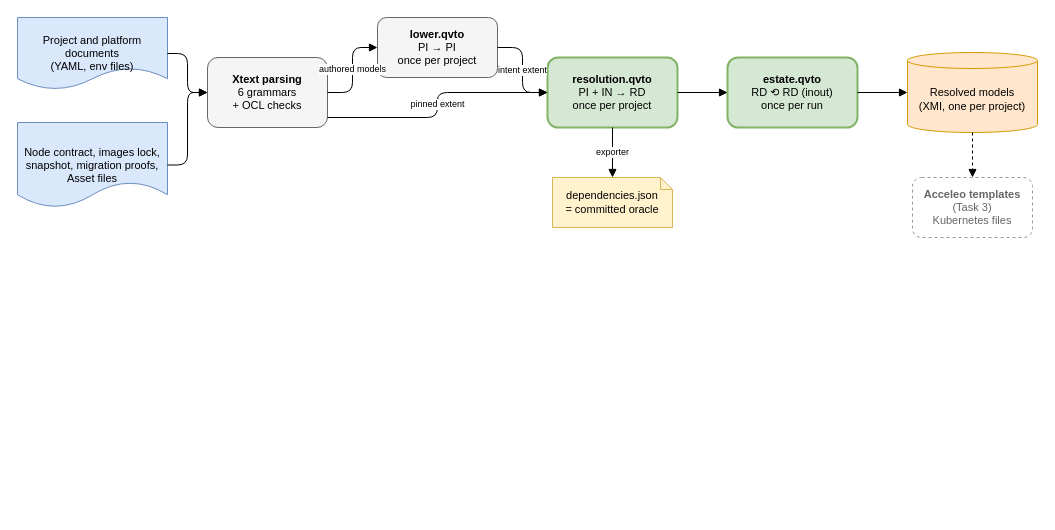
The draw.io diagram docs/mde/task-2-transformations/Figures/pipeline.drawio in JorisJonkers-dev/deploy-kit, before the edit. Source tidied: cells renumbered, new cells numbered last; positions are measured from the earlier drawing's top-left corner, leaving out a move shared by most shapes. Both pictures are drawn from the tidied source at 100%, with x=0, y=0 at pixel (17, 17).
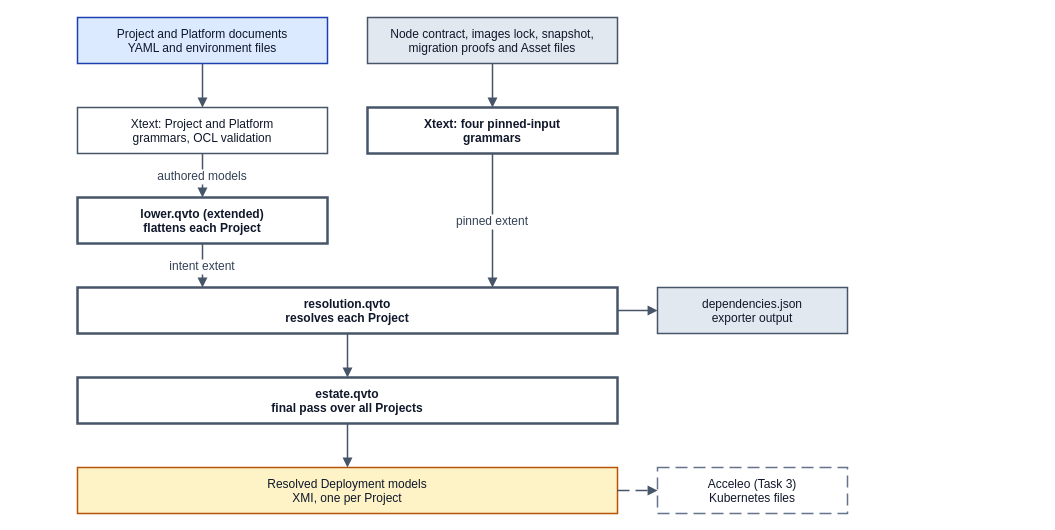
After the change.

The edit, as a diff of the source:
```diff
@@
-    <mxCell id="2" value="Project and platform documents&lt;br&gt;(YAML, env files)" style="shape=document;whiteSpace=wrap;html=1;fillColor=#dae8fc;strokeColor=#6c8ebf;fontSize=11;" parent="1" vertex="1">
-      <mxGeometry width="150" height="72" as="geometry" />
+    <mxCell id="2" value="Project and Platform documents&#10;YAML and environment files" style="rounded=0;whiteSpace=nowrap;html=0;align=center;verticalAlign=middle;fillColor=#dbeafe;strokeColor=#1e40af;strokeWidth=1.5;fontFamily=Helvetica;fontSize=12;fontColor=#0f172a;" parent="1" vertex="1">
+      <mxGeometry x="60" width="250" height="46" as="geometry" />
     </mxCell>
-    <mxCell id="3" value="Node contract, images lock,&lt;br&gt;snapshot, migration proofs,&lt;br&gt;Asset files" style="shape=document;whiteSpace=wrap;html=1;fillColor=#dae8fc;strokeColor=#6c8ebf;fontSize=11;" parent="1" vertex="1">
-      <mxGeometry y="105" width="150" height="85" as="geometry" />
+    <mxCell id="3" value="Node contract, images lock, snapshot,&#10;migration proofs and Asset files" style="rounded=0;whiteSpace=nowrap;html=0;align=center;verticalAlign=middle;fillColor=#e2e8f0;strokeColor=#475569;strokeWidth=1.5;fontFamily=Helvetica;fontSize=12;fontColor=#0f172a;" parent="1" vertex="1">
+      <mxGeometry x="350" width="250" height="46" as="geometry" />
     </mxCell>
-    <mxCell id="4" value="&lt;b&gt;Xtext parsing&lt;/b&gt;&lt;br&gt;6 grammars&lt;br&gt;+ OCL checks" style="rounded=1;whiteSpace=wrap;html=1;fillColor=#f5f5f5;strokeColor=#666666;fontSize=11;" parent="1" vertex="1">
-      <mxGeometry x="190" y="40" width="120" height="70" as="geometry" />
-    </mxCell>
+    <mxCell id="20" value="Xtext: Project and Platform&#10;grammars, OCL validation" style="rounded=0;whiteSpace=nowrap;html=0;align=center;verticalAlign=middle;fillColor=#ffffff;strokeColor=#475569;strokeWidth=1.5;fontFamily=Helvetica;fontSize=12;fontColor=#0f172a;" parent="1" vertex="1">
+      <mxGeometry x="60" y="90" width="250" height="46" as="geometry" />
+    </mxCell>
+    <mxCell id="21" value="Xtext: four pinned-input&#10;grammars" style="rounded=0;whiteSpace=nowrap;html=0;align=center;verticalAlign=middle;fillColor=#ffffff;strokeColor=#475569;strokeWidth=1.5;fontFamily=Helvetica;fontSize=12;fontColor=#0f172a;fontStyle=1;strokeWidth=2.5;" parent="1" vertex="1">
+      <mxGeometry x="350" y="90" width="250" height="46" as="geometry" />
+    </mxCell>
-    <mxCell id="5" value="&lt;b&gt;lower.qvto&lt;/b&gt;&lt;br&gt;PI → PI&lt;br&gt;once per project" style="rounded=1;whiteSpace=wrap;html=1;fillColor=#f5f5f5;strokeColor=#666666;fontSize=11;" parent="1" vertex="1">
-      <mxGeometry x="360" width="120" height="60" as="geometry" />
+    <mxCell id="5" value="lower.qvto (extended)&#10;flattens each Project" style="rounded=0;whiteSpace=nowrap;html=0;align=center;verticalAlign=middle;fillColor=#ffffff;strokeColor=#475569;strokeWidth=1.5;fontFamily=Helvetica;fontSize=12;fontColor=#0f172a;fontStyle=1;strokeWidth=2.5;" parent="1" vertex="1">
+      <mxGeometry x="60" y="180" width="250" height="46" as="geometry" />
     </mxCell>
-    <mxCell id="6" value="&lt;b&gt;resolution.qvto&lt;/b&gt;&lt;br&gt;PI + IN → RD&lt;br&gt;once per project" style="rounded=1;whiteSpace=wrap;html=1;fillColor=#d5e8d4;strokeColor=#82b366;strokeWidth=2;fontSize=11;" parent="1" vertex="1">
-      <mxGeometry x="530" y="40" width="130" height="70" as="geometry" />
+    <mxCell id="6" value="resolution.qvto&#10;resolves each Project" style="rounded=0;whiteSpace=nowrap;html=0;align=center;verticalAlign=middle;fillColor=#ffffff;strokeColor=#475569;strokeWidth=1.5;fontFamily=Helvetica;fontSize=12;fontColor=#0f172a;fontStyle=1;strokeWidth=2.5;" parent="1" vertex="1">
+      <mxGeometry x="60" y="270" width="540" height="46" as="geometry" />
     </mxCell>
+    <mxCell id="22" value="dependencies.json&#10;exporter output" style="rounded=0;whiteSpace=nowrap;html=0;align=center;verticalAlign=middle;fillColor=#e2e8f0;strokeColor=#475569;strokeWidth=1.5;fontFamily=Helvetica;fontSize=12;fontColor=#0f172a;" parent="1" vertex="1">
+      <mxGeometry x="640" y="270" width="190" height="46" as="geometry" />
+    </mxCell>
-    <mxCell id="7" value="&lt;b&gt;estate.qvto&lt;/b&gt;&lt;br&gt;RD ⟲ RD (inout)&lt;br&gt;once per run" style="rounded=1;whiteSpace=wrap;html=1;fillColor=#d5e8d4;strokeColor=#82b366;strokeWidth=2;fontSize=11;" parent="1" vertex="1">
-      <mxGeometry x="710" y="40" width="130" height="70" as="geometry" />
+    <mxCell id="7" value="estate.qvto&#10;final pass over all Projects" style="rounded=0;whiteSpace=nowrap;html=0;align=center;verticalAlign=middle;fillColor=#ffffff;strokeColor=#475569;strokeWidth=1.5;fontFamily=Helvetica;fontSize=12;fontColor=#0f172a;fontStyle=1;strokeWidth=2.5;" parent="1" vertex="1">
+      <mxGeometry x="60" y="360" width="540" height="46" as="geometry" />
     </mxCell>
-    <mxCell id="8" value="Resolved models&lt;br&gt;(XMI, one per project)" style="shape=cylinder3;whiteSpace=wrap;html=1;boundedLbl=1;size=8;fillColor=#ffe6cc;strokeColor=#d79b00;fontSize=11;" parent="1" vertex="1">
-      <mxGeometry x="890" y="35" width="130" height="80" as="geometry" />
+    <mxCell id="8" value="Resolved Deployment models&#10;XMI, one per Project" style="rounded=0;whiteSpace=nowrap;html=0;align=center;verticalAlign=middle;fillColor=#fef3c7;strokeColor=#b45309;strokeWidth=1.5;fontFamily=Helvetica;fontSize=12;fontColor=#0f172a;" parent="1" vertex="1">
+      <mxGeometry x="60" y="450" width="540" height="46" as="geometry" />
     </mxCell>
-    <mxCell id="9" value="dependencies.json&lt;br&gt;= committed oracle" style="shape=note;whiteSpace=wrap;html=1;size=12;fillColor=#fff2cc;strokeColor=#d6b656;fontSize=11;" parent="1" vertex="1">
-      <mxGeometry x="535" y="160" width="120" height="50" as="geometry" />
-    </mxCell>
-    <mxCell id="10" value="&lt;b&gt;Acceleo templates&lt;/b&gt;&lt;br&gt;(Task 3)&lt;br&gt;Kubernetes files" style="rounded=1;whiteSpace=wrap;html=1;dashed=1;fillColor=#ffffff;strokeColor=#999999;fontColor=#666666;fontSize=11;" parent="1" vertex="1">
-      <mxGeometry x="895" y="160" width="120" height="60" as="geometry" />
+    <mxCell id="10" value="Acceleo (Task 3)&#10;Kubernetes files" style="rounded=0;whiteSpace=nowrap;html=0;align=center;verticalAlign=middle;fillColor=#ffffff;strokeColor=#64748b;strokeWidth=1.5;fontFamily=Helvetica;fontSize=12;fontColor=#0f172a;dashed=1;dashPattern=8 4;" parent="1" vertex="1">
+      <mxGeometry x="640" y="450" width="190" height="46" as="geometry" />
     </mxCell>
+    <mxCell id="23" style="edgeStyle=orthogonalEdgeStyle;rounded=0;html=0;jettySize=auto;endArrow=block;endFill=1;strokeColor=#475569;strokeWidth=1.5;fontSize=12;fontFamily=Helvetica;fontColor=#334155;labelBackgroundColor=#ffffff;exitX=0.5;exitY=1;exitDx=0;exitDy=0;entryX=0.5;entryY=0;entryDx=0;entryDy=0;" parent="1" edge="1" source="2" target="20">
+      <mxGeometry relative="1" as="geometry" />
+    </mxCell>
-    <mxCell id="11" style="edgeStyle=orthogonalEdgeStyle;html=1;endArrow=block;endFill=1;" parent="1" edge="1" source="2" target="4">
+    <mxCell id="11" style="edgeStyle=orthogonalEdgeStyle;rounded=0;html=0;jettySize=auto;endArrow=block;endFill=1;strokeColor=#475569;strokeWidth=1.5;fontSize=12;fontFamily=Helvetica;fontColor=#334155;labelBackgroundColor=#ffffff;exitX=0.5;exitY=1;exitDx=0;exitDy=0;entryX=0.5;entryY=0;entryDx=0;entryDy=0;" parent="1" edge="1" source="3" target="21">
       <mxGeometry relative="1" as="geometry" />
     </mxCell>
-    <mxCell id="12" style="edgeStyle=orthogonalEdgeStyle;html=1;endArrow=block;endFill=1;" parent="1" edge="1" source="3" target="4">
+    <mxCell id="12" value="authored models" style="edgeStyle=orthogonalEdgeStyle;rounded=0;html=0;jettySize=auto;endArrow=block;endFill=1;strokeColor=#475569;strokeWidth=1.5;fontSize=12;fontFamily=Helvetica;fontColor=#334155;labelBackgroundColor=#ffffff;exitX=0.5;exitY=1;exitDx=0;exitDy=0;entryX=0.5;entryY=0;entryDx=0;entryDy=0;" parent="1" edge="1" source="20" target="5">
       <mxGeometry relative="1" as="geometry" />
     </mxCell>
-    <mxCell id="13" value="authored models" style="edgeStyle=orthogonalEdgeStyle;html=1;endArrow=block;endFill=1;fontSize=9;" parent="1" edge="1" source="4" target="5">
+    <mxCell id="13" value="intent extent" style="edgeStyle=orthogonalEdgeStyle;rounded=0;html=0;jettySize=auto;endArrow=block;endFill=1;strokeColor=#475569;strokeWidth=1.5;fontSize=12;fontFamily=Helvetica;fontColor=#334155;labelBackgroundColor=#ffffff;exitX=0.5;exitY=1;exitDx=0;exitDy=0;entryX=0.23148148148148148;entryY=0;entryDx=0;entryDy=0;" parent="1" edge="1" source="5" target="6">
       <mxGeometry relative="1" as="geometry" />
     </mxCell>
-    <mxCell id="14" value="intent extent" style="edgeStyle=orthogonalEdgeStyle;html=1;endArrow=block;endFill=1;fontSize=9;" parent="1" edge="1" source="5" target="6">
+    <mxCell id="14" value="pinned extent" style="edgeStyle=orthogonalEdgeStyle;rounded=0;html=0;jettySize=auto;endArrow=block;endFill=1;strokeColor=#475569;strokeWidth=1.5;fontSize=12;fontFamily=Helvetica;fontColor=#334155;labelBackgroundColor=#ffffff;exitX=0.5;exitY=1;exitDx=0;exitDy=0;entryX=0.7685185185185185;entryY=0;entryDx=0;entryDy=0;" parent="1" edge="1" source="21" target="6">
       <mxGeometry relative="1" as="geometry" />
     </mxCell>
-    <mxCell id="15" value="pinned extent" style="edgeStyle=orthogonalEdgeStyle;html=1;endArrow=block;endFill=1;fontSize=9;" parent="1" edge="1" source="4" target="6">
-      <mxGeometry relative="1" as="geometry">
-        <Array as="points">
-          <mxPoint x="420" y="100" />
-        </Array>
-      </mxGeometry>
+    <mxCell id="15" style="edgeStyle=orthogonalEdgeStyle;rounded=0;html=0;jettySize=auto;endArrow=block;endFill=1;strokeColor=#475569;strokeWidth=1.5;fontSize=12;fontFamily=Helvetica;fontColor=#334155;labelBackgroundColor=#ffffff;exitX=1;exitY=0.5;exitDx=0;exitDy=0;entryX=0;entryY=0.5;entryDx=0;entryDy=0;" parent="1" edge="1" source="6" target="22">
+      <mxGeometry relative="1" as="geometry" />
     </mxCell>
-    <mxCell id="16" style="edgeStyle=orthogonalEdgeStyle;html=1;endArrow=block;endFill=1;" parent="1" edge="1" source="6" target="7">
+    <mxCell id="16" style="edgeStyle=orthogonalEdgeStyle;rounded=0;html=0;jettySize=auto;endArrow=block;endFill=1;strokeColor=#475569;strokeWidth=1.5;fontSize=12;fontFamily=Helvetica;fontColor=#334155;labelBackgroundColor=#ffffff;exitX=0.5;exitY=1;exitDx=0;exitDy=0;entryX=0.5;entryY=0;entryDx=0;entryDy=0;" parent="1" edge="1" source="6" target="7">
       <mxGeometry relative="1" as="geometry" />
     </mxCell>
-    <mxCell id="17" style="edgeStyle=orthogonalEdgeStyle;html=1;endArrow=block;endFill=1;" parent="1" edge="1" source="7" target="8">
+    <mxCell id="17" style="edgeStyle=orthogonalEdgeStyle;rounded=0;html=0;jettySize=auto;endArrow=block;endFill=1;strokeColor=#475569;strokeWidth=1.5;fontSize=12;fontFamily=Helvetica;fontColor=#334155;labelBackgroundColor=#ffffff;exitX=0.5;exitY=1;exitDx=0;exitDy=0;entryX=0.5;entryY=0;entryDx=0;entryDy=0;" parent="1" edge="1" source="7" target="8">
       <mxGeometry relative="1" as="geometry" />
     </mxCell>
-    <mxCell id="18" value="exporter" style="edgeStyle=orthogonalEdgeStyle;html=1;endArrow=block;endFill=1;fontSize=9;" parent="1" edge="1" source="6" target="9">
+    <mxCell id="18" style="edgeStyle=orthogonalEdgeStyle;rounded=0;html=0;jettySize=auto;endArrow=block;endFill=1;strokeColor=#475569;strokeWidth=1.5;fontSize=12;fontFamily=Helvetica;fontColor=#334155;labelBackgroundColor=#ffffff;dashed=1;dashPattern=8 4;exitX=1;exitY=0.5;exitDx=0;exitDy=0;entryX=0;entryY=0.5;entryDx=0;entryDy=0;" parent="1" edge="1" source="8" target="10">
       <mxGeometry relative="1" as="geometry" />
     </mxCell>
-    <mxCell id="19" style="edgeStyle=orthogonalEdgeStyle;html=1;endArrow=block;endFill=1;dashed=1;" parent="1" edge="1" source="8" target="10">
-      <mxGeometry relative="1" as="geometry" />
-    </mxCell>
```
